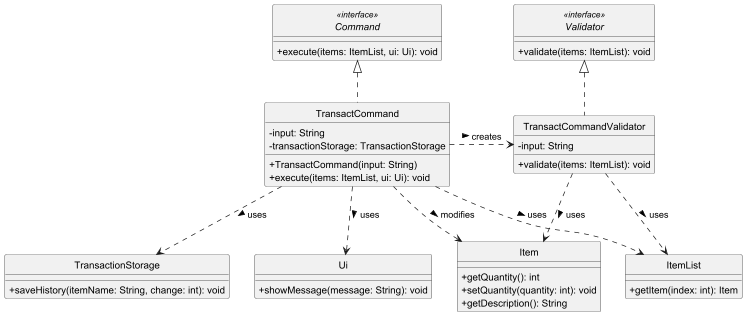
adbsw/tp keeps this PlantUML diagram as docs/diagrams/TransactCommandClassDiagram.png. Above is the earlier version.
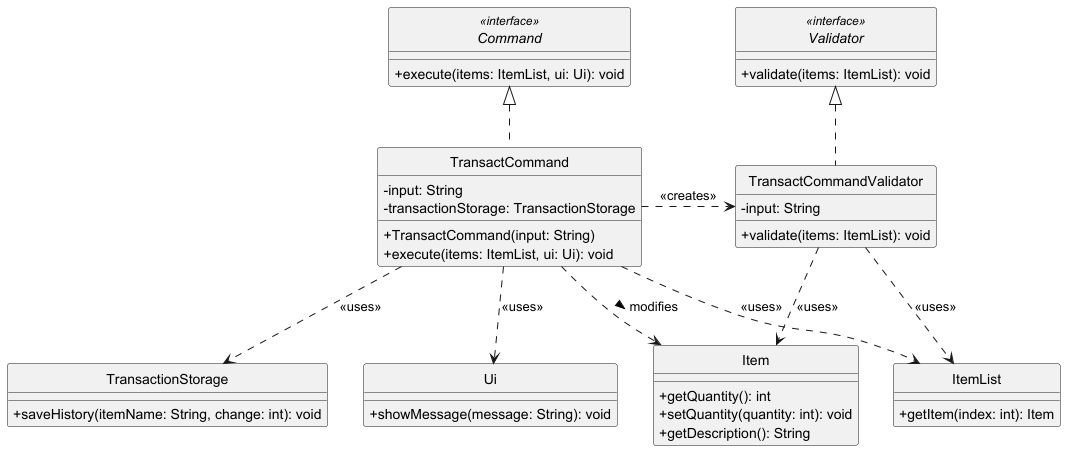
After the change.

Diff of the diagram source:
```diff
@@ -45,13 +45,13 @@
 
 Command <|.. TransactCommand
 
-TransactCommand .right.> TransactCommandValidator : creates >
+TransactCommand .right.> TransactCommandValidator : <<creates>>
 TransactCommandValidator .up.|> Validator
-TransactCommandValidator ..> ItemList : uses >
-TransactCommandValidator ..> Item : uses >
+TransactCommandValidator ..> ItemList : <<uses>>
+TransactCommandValidator ..> Item : <<uses>>
 TransactCommand .> Item : modifies >
-TransactCommand ..> ItemList : uses >
-TransactCommand ..> TransactionStorage : uses >
-TransactCommand ..> Ui : uses >
+TransactCommand ..> ItemList : <<uses>>
+TransactCommand ..> TransactionStorage : <<uses>>
+TransactCommand ..> Ui : <<uses>>
 
 @enduml
```
